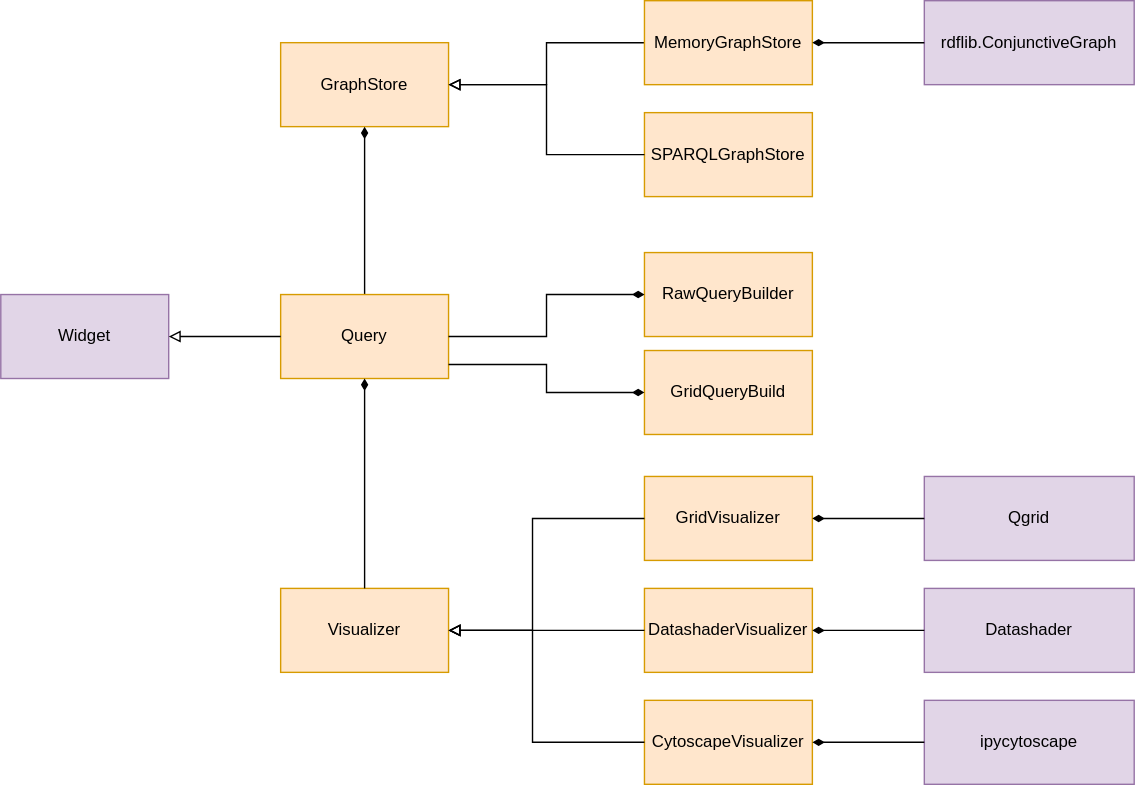
This is design/architecture/architecture.dio.svg from jupyrdf/ipyradiant, a draw.io export, as it was before one commit. Source tidied: cells renumbered, new cells last; positions are measured from the earlier drawing's top-left corner, leaving out a move shared by most shapes. The source it was exported from:
```xml
<mxGraphModel>
  <root>
    <mxCell id="0" />
    <mxCell id="1" parent="0" />
    <mxCell id="2" value="GraphStore" style="rounded=0;whiteSpace=wrap;html=1;fillColor=#ffe6cc;strokeColor=#d79b00;" parent="1" vertex="1">
      <mxGeometry x="200" y="30" width="120" height="60" as="geometry" />
    </mxCell>
    <mxCell id="3" style="edgeStyle=orthogonalEdgeStyle;rounded=0;jettySize=auto;html=1;endArrow=diamondThin;endFill=1;" parent="1" edge="1" source="4" target="2">
      <mxGeometry relative="1" as="geometry" />
    </mxCell>
    <mxCell id="4" value="Query" style="rounded=0;whiteSpace=wrap;html=1;fillColor=#ffe6cc;strokeColor=#d79b00;" parent="1" vertex="1">
      <mxGeometry x="200" y="210" width="120" height="60" as="geometry" />
    </mxCell>
    <mxCell id="5" value="Visualizer" style="rounded=0;whiteSpace=wrap;html=1;fillColor=#ffe6cc;strokeColor=#d79b00;" parent="1" vertex="1">
      <mxGeometry x="200" y="420" width="120" height="60" as="geometry" />
    </mxCell>
    <mxCell id="6" value="RawQueryBuilder" style="rounded=0;whiteSpace=wrap;html=1;fillColor=#ffe6cc;strokeColor=#d79b00;" parent="1" vertex="1">
      <mxGeometry x="460" y="180" width="120" height="60" as="geometry" />
    </mxCell>
    <mxCell id="7" style="edgeStyle=orthogonalEdgeStyle;rounded=0;jettySize=auto;html=1;endArrow=block;endFill=0;" parent="1" edge="1" source="9" target="2">
      <mxGeometry relative="1" as="geometry" />
    </mxCell>
    <mxCell id="8" value="rdflib.ConjunctiveGraph" style="rounded=0;whiteSpace=wrap;html=1;fillColor=#e1d5e7;strokeColor=#9673a6;" parent="1" vertex="1">
      <mxGeometry x="660" width="150" height="60" as="geometry" />
    </mxCell>
    <mxCell id="9" value="MemoryGraphStore" style="rounded=0;whiteSpace=wrap;html=1;fillColor=#ffe6cc;strokeColor=#d79b00;" parent="1" vertex="1">
      <mxGeometry x="460" width="120" height="60" as="geometry" />
    </mxCell>
    <mxCell id="10" style="edgeStyle=orthogonalEdgeStyle;rounded=0;jettySize=auto;html=1;endArrow=diamondThin;endFill=1;" parent="1" edge="1" source="5" target="4">
      <mxGeometry relative="1" as="geometry" />
    </mxCell>
    <mxCell id="11" style="edgeStyle=orthogonalEdgeStyle;rounded=0;jettySize=auto;html=1;endArrow=diamondThin;endFill=1;" parent="1" edge="1" source="4" target="6">
      <mxGeometry relative="1" as="geometry" />
    </mxCell>
    <mxCell id="12" style="edgeStyle=orthogonalEdgeStyle;rounded=0;jettySize=auto;html=1;endArrow=diamondThin;endFill=1;" parent="1" edge="1" source="8" target="9">
      <mxGeometry relative="1" as="geometry" />
    </mxCell>
    <mxCell id="13" value="CytoscapeVisualizer" style="rounded=0;whiteSpace=wrap;html=1;fillColor=#ffe6cc;strokeColor=#d79b00;" parent="1" vertex="1">
      <mxGeometry x="460" y="500" width="120" height="60" as="geometry" />
    </mxCell>
    <mxCell id="14" style="edgeStyle=orthogonalEdgeStyle;rounded=0;jettySize=auto;html=1;endArrow=block;endFill=0;" parent="1" edge="1" source="13" target="5">
      <mxGeometry relative="1" as="geometry">
        <Array as="points">
          <mxPoint x="380" y="530" />
          <mxPoint x="380" y="450" />
        </Array>
      </mxGeometry>
    </mxCell>
    <mxCell id="15" value="DatashaderVisualizer" style="rounded=0;whiteSpace=wrap;html=1;fillColor=#ffe6cc;strokeColor=#d79b00;" parent="1" vertex="1">
      <mxGeometry x="460" y="420" width="120" height="60" as="geometry" />
    </mxCell>
    <mxCell id="16" style="edgeStyle=orthogonalEdgeStyle;rounded=0;jettySize=auto;html=1;endArrow=block;endFill=0;" parent="1" edge="1" source="15" target="5">
      <mxGeometry relative="1" as="geometry">
        <Array as="points">
          <mxPoint x="580" y="440" />
          <mxPoint x="580" y="440" />
        </Array>
      </mxGeometry>
    </mxCell>
    <mxCell id="17" value="SPARQLGraphStore" style="rounded=0;whiteSpace=wrap;html=1;fillColor=#ffe6cc;strokeColor=#d79b00;" parent="1" vertex="1">
      <mxGeometry x="460" y="80" width="120" height="60" as="geometry" />
    </mxCell>
    <mxCell id="18" style="edgeStyle=orthogonalEdgeStyle;rounded=0;jettySize=auto;html=1;endArrow=block;endFill=0;" parent="1" edge="1" source="17" target="2">
      <mxGeometry relative="1" as="geometry">
        <Array as="points">
          <mxPoint x="390" y="110" />
          <mxPoint x="390" y="60" />
        </Array>
      </mxGeometry>
    </mxCell>
    <mxCell id="19" value="GridVisualizer" style="rounded=0;whiteSpace=wrap;html=1;fillColor=#ffe6cc;strokeColor=#d79b00;" parent="1" vertex="1">
      <mxGeometry x="460" y="340" width="120" height="60" as="geometry" />
    </mxCell>
    <mxCell id="20" style="edgeStyle=orthogonalEdgeStyle;rounded=0;jettySize=auto;html=1;endArrow=block;endFill=0;" parent="1" edge="1" source="19" target="5">
      <mxGeometry relative="1" as="geometry">
        <Array as="points">
          <mxPoint x="380" y="370" />
          <mxPoint x="380" y="450" />
        </Array>
      </mxGeometry>
    </mxCell>
    <mxCell id="21" value="GridQueryBuild" style="rounded=0;whiteSpace=wrap;html=1;fillColor=#ffe6cc;strokeColor=#d79b00;" parent="1" vertex="1">
      <mxGeometry x="460" y="250" width="120" height="60" as="geometry" />
    </mxCell>
    <mxCell id="22" style="edgeStyle=orthogonalEdgeStyle;rounded=0;jettySize=auto;html=1;endArrow=diamondThin;endFill=1;" parent="1" edge="1" source="4" target="21">
      <mxGeometry relative="1" as="geometry">
        <Array as="points">
          <mxPoint x="390" y="260" />
          <mxPoint x="390" y="280" />
        </Array>
      </mxGeometry>
    </mxCell>
    <mxCell id="23" value="Qgrid" style="rounded=0;whiteSpace=wrap;html=1;fillColor=#e1d5e7;strokeColor=#9673a6;" parent="1" vertex="1">
      <mxGeometry x="660" y="340" width="150" height="60" as="geometry" />
    </mxCell>
    <mxCell id="24" style="edgeStyle=orthogonalEdgeStyle;rounded=0;jettySize=auto;html=1;endArrow=diamondThin;endFill=1;" parent="1" edge="1" source="23" target="19">
      <mxGeometry relative="1" as="geometry" />
    </mxCell>
    <mxCell id="25" value="Datashader" style="rounded=0;whiteSpace=wrap;html=1;fillColor=#e1d5e7;strokeColor=#9673a6;" parent="1" vertex="1">
      <mxGeometry x="660" y="420" width="150" height="60" as="geometry" />
    </mxCell>
    <mxCell id="26" style="edgeStyle=orthogonalEdgeStyle;rounded=0;jettySize=auto;html=1;endArrow=diamondThin;endFill=1;" parent="1" edge="1" source="25" target="15">
      <mxGeometry relative="1" as="geometry" />
    </mxCell>
    <mxCell id="27" value="ipycytoscape" style="rounded=0;whiteSpace=wrap;html=1;fillColor=#e1d5e7;strokeColor=#9673a6;" parent="1" vertex="1">
      <mxGeometry x="660" y="500" width="150" height="60" as="geometry" />
    </mxCell>
    <mxCell id="28" style="edgeStyle=orthogonalEdgeStyle;rounded=0;jettySize=auto;html=1;endArrow=diamondThin;endFill=1;" parent="1" edge="1" source="27" target="13">
      <mxGeometry relative="1" as="geometry" />
    </mxCell>
    <mxCell id="29" value="Widget" style="rounded=0;whiteSpace=wrap;html=1;fillColor=#e1d5e7;strokeColor=#9673a6;" parent="1" vertex="1">
      <mxGeometry y="210" width="120" height="60" as="geometry" />
    </mxCell>
    <mxCell id="30" style="edgeStyle=orthogonalEdgeStyle;rounded=0;jettySize=auto;html=1;endArrow=block;endFill=0;" parent="1" edge="1" source="4" target="29">
      <mxGeometry relative="1" as="geometry" />
    </mxCell>
  </root>
</mxGraphModel>
```
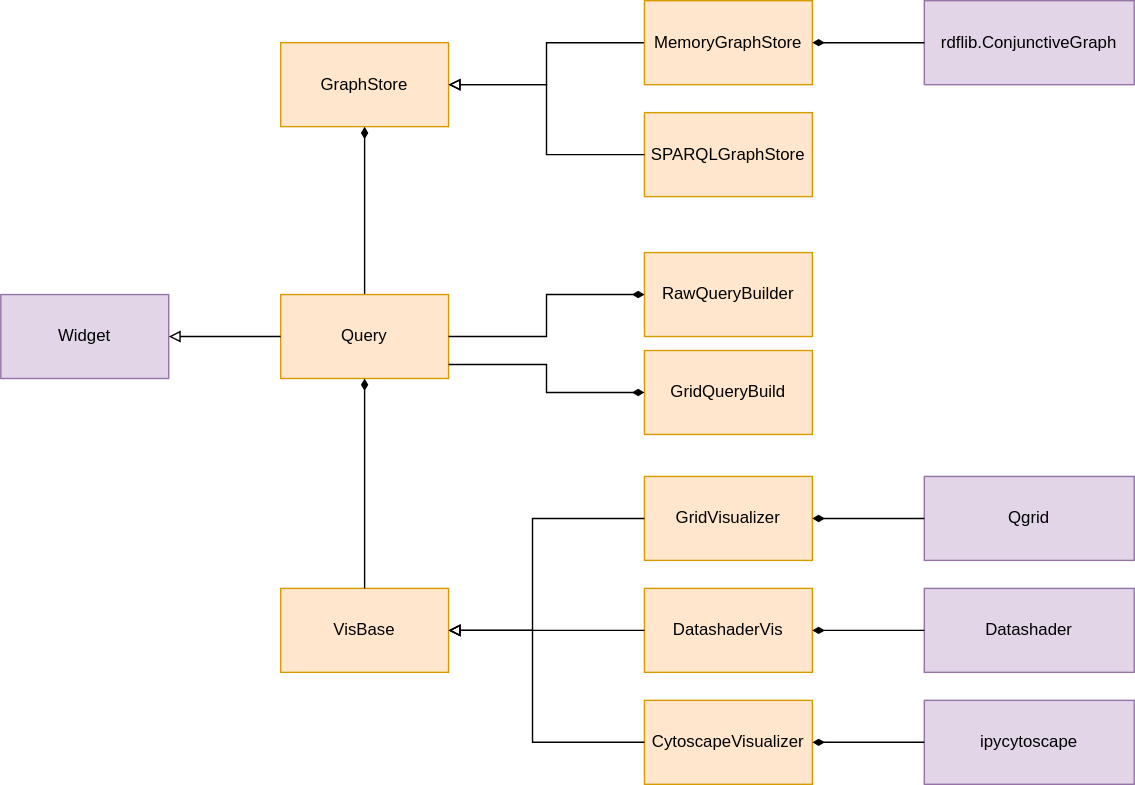
The same file after the commit.

Commit message:
updated annotations in DS example and fixed drawio arch

Diff of the diagram source:
```diff
@@ -11,7 +11,7 @@
     <mxCell id="4" value="Query" style="rounded=0;whiteSpace=wrap;html=1;fillColor=#ffe6cc;strokeColor=#d79b00;" parent="1" vertex="1">
       <mxGeometry x="200" y="210" width="120" height="60" as="geometry" />
     </mxCell>
-    <mxCell id="5" value="Visualizer" style="rounded=0;whiteSpace=wrap;html=1;fillColor=#ffe6cc;strokeColor=#d79b00;" parent="1" vertex="1">
+    <mxCell id="5" value="VisBase" style="rounded=0;whiteSpace=wrap;html=1;fillColor=#ffe6cc;strokeColor=#d79b00;" parent="1" vertex="1">
       <mxGeometry x="200" y="420" width="120" height="60" as="geometry" />
     </mxCell>
     <mxCell id="6" value="RawQueryBuilder" style="rounded=0;whiteSpace=wrap;html=1;fillColor=#ffe6cc;strokeColor=#d79b00;" parent="1" vertex="1">
@@ -46,7 +46,7 @@
         </Array>
       </mxGeometry>
     </mxCell>
-    <mxCell id="15" value="DatashaderVisualizer" style="rounded=0;whiteSpace=wrap;html=1;fillColor=#ffe6cc;strokeColor=#d79b00;" parent="1" vertex="1">
+    <mxCell id="15" value="DatashaderVis" style="rounded=0;whiteSpace=wrap;html=1;fillColor=#ffe6cc;strokeColor=#d79b00;" parent="1" vertex="1">
       <mxGeometry x="460" y="420" width="120" height="60" as="geometry" />
     </mxCell>
     <mxCell id="16" style="edgeStyle=orthogonalEdgeStyle;rounded=0;jettySize=auto;html=1;endArrow=block;endFill=0;" parent="1" edge="1" source="15" target="5">
```
